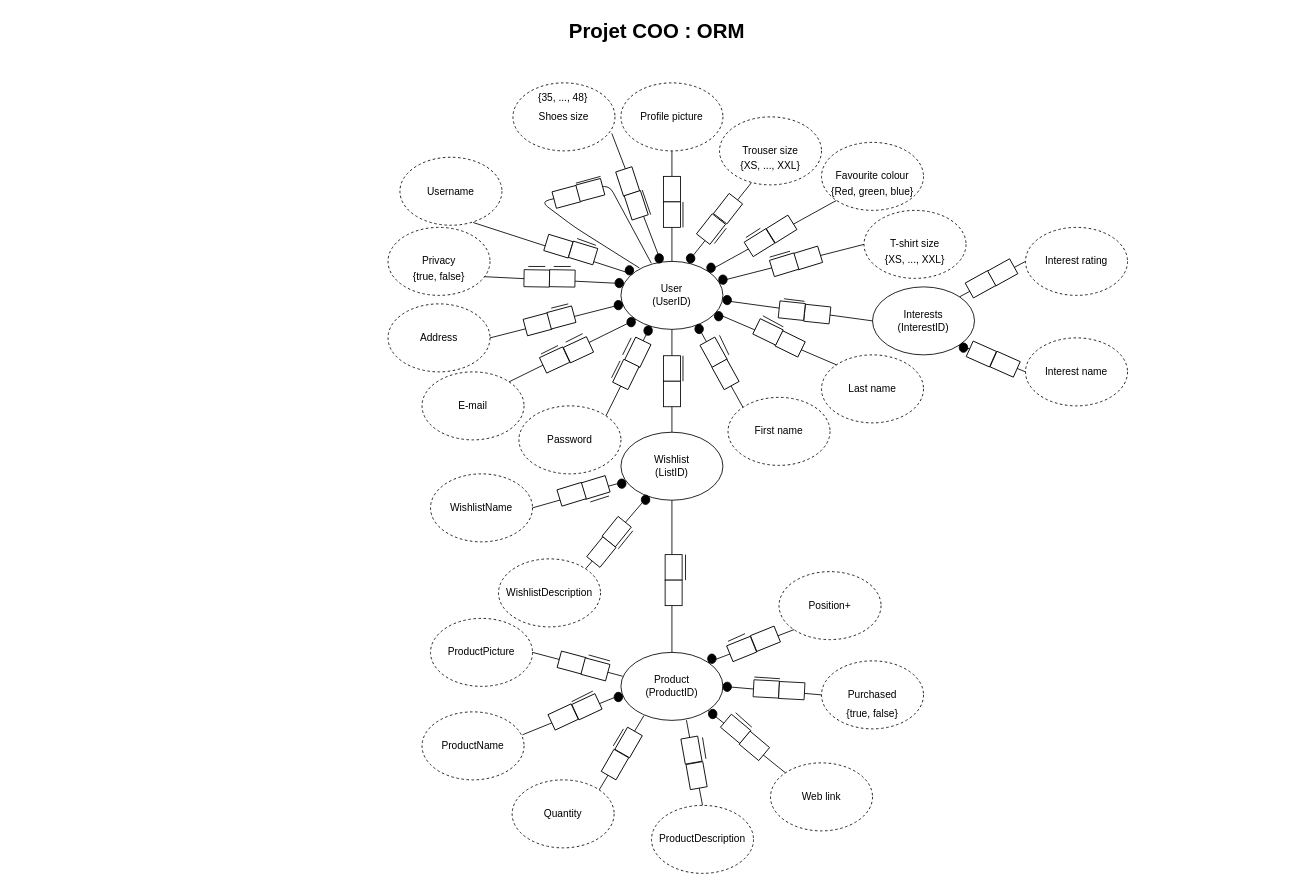
Before: Diagrammes/ORM.drawio in NNepper/LSINF1225-2020-GroupeL1.1-WishList, a draw.io diagram. Source tidied: cells renumbered, new cells numbered last; positions are measured from the earlier drawing's top-left corner, leaving out a move shared by most shapes. Both pictures are drawn from the tidied source at 85%, with x=0, y=0 at pixel (14, 14).
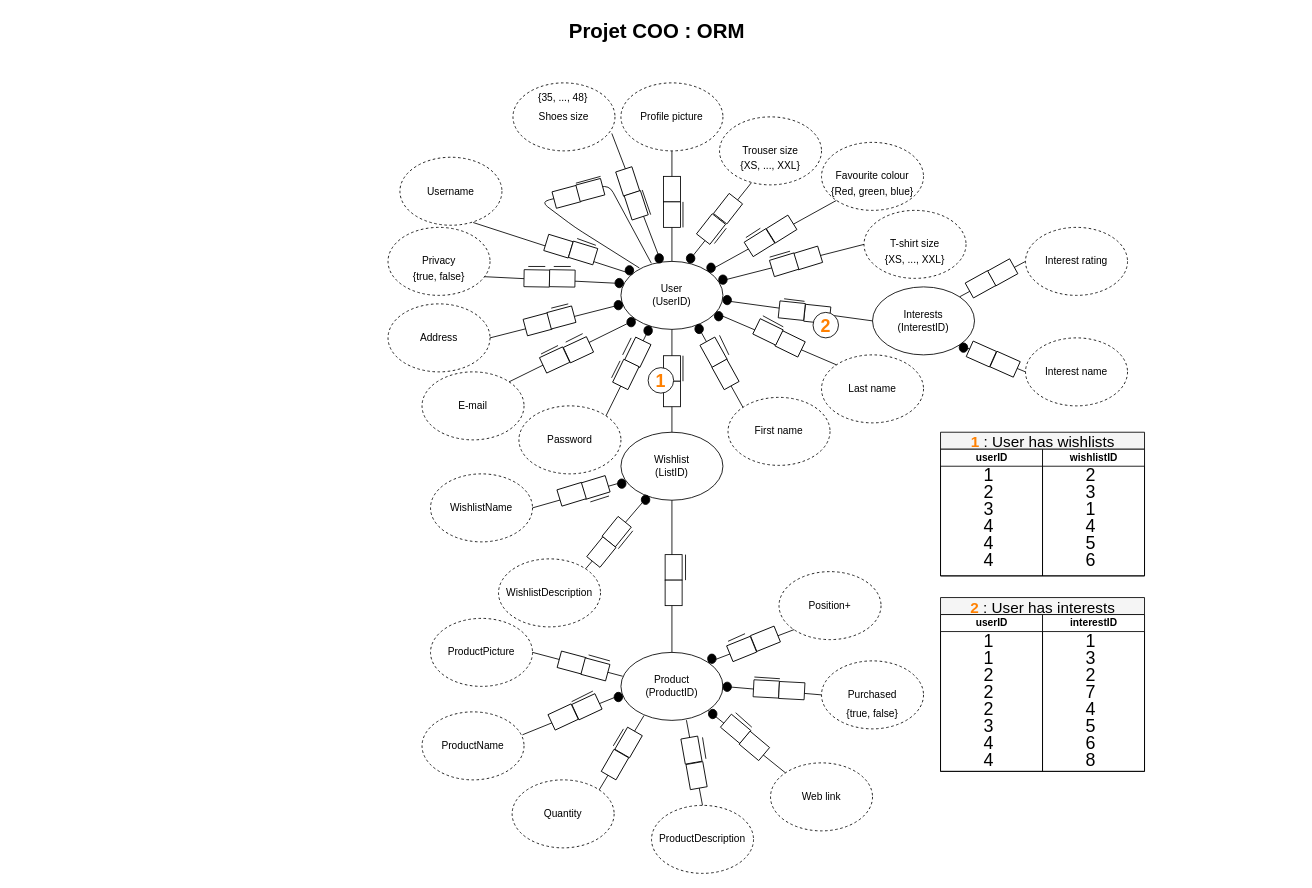
Above is the later version.

Commit message (it also covers changes not shown here):
Ajout des exemples de tables

The edit, as a diff of the source:
```diff
@@
     <mxCell id="61" style="group;rotation=-174;" parent="1" vertex="1">
-      <mxGeometry x="899" y="340" width="60" height="20" as="geometry" />
+      <mxGeometry x="899" y="340" width="70" height="40" as="geometry" />
     </mxCell>
@@
+    <mxCell id="194" value="&lt;b&gt;2&lt;/b&gt;" style="ellipse;whiteSpace=wrap;html=1;fontSize=21;fontColor=#FF8000;" parent="61" vertex="1">
+      <mxGeometry x="40" y="10" width="30" height="30" as="geometry" />
+    </mxCell>
@@
+    <mxCell id="195" value="&lt;b&gt;1&lt;/b&gt;" style="ellipse;whiteSpace=wrap;html=1;fontSize=21;fontColor=#FF8000;" parent="1" vertex="1">
+      <mxGeometry x="745" y="415" width="30" height="30" as="geometry" />
+    </mxCell>
+    <mxCell id="196" value="&lt;font style=&quot;font-size: 18px&quot;&gt;&lt;b&gt;&lt;font color=&quot;#ff8000&quot;&gt;1&lt;/font&gt;&lt;/b&gt; : User has wishlists&lt;/font&gt;" style="swimlane;html=1;startSize=20;fillColor=#F5F5F5;fontSize=21;fontColor=#000000;fontStyle=0;labelBackgroundColor=none;" parent="1" vertex="1">
+      <mxGeometry x="1089" y="491" width="240" height="169" as="geometry" />
+    </mxCell>
+    <mxCell id="197" value="userID" style="swimlane;html=1;startSize=20;" parent="196" vertex="1">
+      <mxGeometry y="20" width="120" height="149" as="geometry" />
+    </mxCell>
+    <mxCell id="198" value="1" style="text;html=1;strokeColor=none;fillColor=none;align=center;verticalAlign=middle;whiteSpace=wrap;rounded=0;fontSize=21;fontColor=#000000;" parent="197" vertex="1">
+      <mxGeometry x="37" y="20" width="40" height="20" as="geometry" />
+    </mxCell>
+    <mxCell id="199" value="wishlistID" style="swimlane;html=1;startSize=20;labelBackgroundColor=#ffffff;labelBorderColor=none;shadow=0;rounded=0;swimlaneLine=1;" parent="196" vertex="1">
+      <mxGeometry x="120" y="20" width="120" height="149" as="geometry" />
+    </mxCell>
+    <mxCell id="200" value="3" style="text;html=1;strokeColor=none;fillColor=none;align=center;verticalAlign=middle;whiteSpace=wrap;rounded=0;fontSize=21;fontColor=#000000;" parent="199" vertex="1">
+      <mxGeometry x="-83" y="60" width="40" height="20" as="geometry" />
+    </mxCell>
+    <mxCell id="201" value="4" style="text;html=1;strokeColor=none;fillColor=none;align=center;verticalAlign=middle;whiteSpace=wrap;rounded=0;fontSize=21;fontColor=#000000;" parent="199" vertex="1">
+      <mxGeometry x="-83" y="100" width="40" height="20" as="geometry" />
+    </mxCell>
+    <mxCell id="202" value="5" style="text;html=1;strokeColor=none;fillColor=none;align=center;verticalAlign=middle;whiteSpace=wrap;rounded=0;fontSize=21;fontColor=#000000;" parent="199" vertex="1">
+      <mxGeometry x="37" y="100" width="40" height="20" as="geometry" />
+    </mxCell>
+    <mxCell id="203" value="1" style="text;html=1;strokeColor=none;fillColor=none;align=center;verticalAlign=middle;whiteSpace=wrap;rounded=0;fontSize=21;fontColor=#000000;" parent="199" vertex="1">
+      <mxGeometry x="37" y="60" width="40" height="20" as="geometry" />
+    </mxCell>
+    <mxCell id="204" value="2" style="text;html=1;strokeColor=none;fillColor=none;align=center;verticalAlign=middle;whiteSpace=wrap;rounded=0;fontSize=21;fontColor=#000000;" parent="199" vertex="1">
+      <mxGeometry x="37" y="20" width="40" height="20" as="geometry" />
+    </mxCell>
+    <mxCell id="205" value="2" style="text;html=1;strokeColor=none;fillColor=none;align=center;verticalAlign=middle;whiteSpace=wrap;rounded=0;fontSize=21;fontColor=#000000;" parent="199" vertex="1">
+      <mxGeometry x="-83" y="40" width="40" height="20" as="geometry" />
+    </mxCell>
+    <mxCell id="206" value="3" style="text;html=1;strokeColor=none;fillColor=none;align=center;verticalAlign=middle;whiteSpace=wrap;rounded=0;fontSize=21;fontColor=#000000;" parent="199" vertex="1">
+      <mxGeometry x="37" y="40" width="40" height="20" as="geometry" />
+    </mxCell>
+    <mxCell id="207" value="4" style="text;html=1;strokeColor=none;fillColor=none;align=center;verticalAlign=middle;whiteSpace=wrap;rounded=0;fontSize=21;fontColor=#000000;" parent="199" vertex="1">
+      <mxGeometry x="-83" y="80" width="40" height="20" as="geometry" />
+    </mxCell>
+    <mxCell id="208" value="4" style="text;html=1;strokeColor=none;fillColor=none;align=center;verticalAlign=middle;whiteSpace=wrap;rounded=0;fontSize=21;fontColor=#000000;" parent="199" vertex="1">
+      <mxGeometry x="37" y="80" width="40" height="20" as="geometry" />
+    </mxCell>
+    <mxCell id="209" value="4" style="text;html=1;strokeColor=none;fillColor=none;align=center;verticalAlign=middle;whiteSpace=wrap;rounded=0;fontSize=21;fontColor=#000000;" parent="199" vertex="1">
+      <mxGeometry x="-83" y="120" width="40" height="20" as="geometry" />
+    </mxCell>
+    <mxCell id="210" value="6" style="text;html=1;strokeColor=none;fillColor=none;align=center;verticalAlign=middle;whiteSpace=wrap;rounded=0;fontSize=21;fontColor=#000000;" parent="199" vertex="1">
+      <mxGeometry x="37" y="120" width="40" height="20" as="geometry" />
+    </mxCell>
+    <mxCell id="211" value="&lt;font style=&quot;font-size: 18px&quot;&gt;&lt;font color=&quot;#ff8000&quot;&gt;&lt;b&gt;2&lt;/b&gt;&lt;/font&gt; : User has interests&lt;/font&gt;" style="swimlane;html=1;startSize=20;fillColor=#F5F5F5;fontSize=21;fontColor=#000000;fontStyle=0;labelBackgroundColor=none;" parent="1" vertex="1">
+      <mxGeometry x="1089" y="685.5" width="240" height="204.5" as="geometry" />
+    </mxCell>
+    <mxCell id="212" value="userID" style="swimlane;html=1;startSize=20;" parent="211" vertex="1">
+      <mxGeometry y="20" width="120" height="184.5" as="geometry" />
+    </mxCell>
+    <mxCell id="213" value="1" style="text;html=1;strokeColor=none;fillColor=none;align=center;verticalAlign=middle;whiteSpace=wrap;rounded=0;fontSize=21;fontColor=#000000;" parent="212" vertex="1">
+      <mxGeometry x="37" y="20" width="40" height="20" as="geometry" />
+    </mxCell>
+    <mxCell id="214" value="interestID" style="swimlane;html=1;startSize=20;labelBackgroundColor=#ffffff;labelBorderColor=none;shadow=0;rounded=0;swimlaneLine=1;" parent="211" vertex="1">
+      <mxGeometry x="120" y="20" width="120" height="184.5" as="geometry" />
+    </mxCell>
+    <mxCell id="215" value="1" style="text;html=1;strokeColor=none;fillColor=none;align=center;verticalAlign=middle;whiteSpace=wrap;rounded=0;fontSize=21;fontColor=#000000;" parent="214" vertex="1">
+      <mxGeometry x="-83" y="40" width="40" height="20" as="geometry" />
+    </mxCell>
+    <mxCell id="216" value="2" style="text;html=1;strokeColor=none;fillColor=none;align=center;verticalAlign=middle;whiteSpace=wrap;rounded=0;fontSize=21;fontColor=#000000;" parent="214" vertex="1">
+      <mxGeometry x="-83" y="60" width="40" height="20" as="geometry" />
+    </mxCell>
+    <mxCell id="217" value="2" style="text;html=1;strokeColor=none;fillColor=none;align=center;verticalAlign=middle;whiteSpace=wrap;rounded=0;fontSize=21;fontColor=#000000;" parent="214" vertex="1">
+      <mxGeometry x="37" y="60" width="40" height="20" as="geometry" />
+    </mxCell>
+    <mxCell id="218" value="3" style="text;html=1;strokeColor=none;fillColor=none;align=center;verticalAlign=middle;whiteSpace=wrap;rounded=0;fontSize=21;fontColor=#000000;" parent="214" vertex="1">
+      <mxGeometry x="37" y="40" width="40" height="20" as="geometry" />
+    </mxCell>
+    <mxCell id="219" value="1" style="text;html=1;strokeColor=none;fillColor=none;align=center;verticalAlign=middle;whiteSpace=wrap;rounded=0;fontSize=21;fontColor=#000000;" parent="214" vertex="1">
+      <mxGeometry x="37" y="20" width="40" height="20" as="geometry" />
+    </mxCell>
+    <mxCell id="220" value="2" style="text;html=1;strokeColor=none;fillColor=none;align=center;verticalAlign=middle;whiteSpace=wrap;rounded=0;fontSize=21;fontColor=#000000;" parent="214" vertex="1">
+      <mxGeometry x="-83" y="80" width="40" height="20" as="geometry" />
+    </mxCell>
+    <mxCell id="221" value="7" style="text;html=1;strokeColor=none;fillColor=none;align=center;verticalAlign=middle;whiteSpace=wrap;rounded=0;fontSize=21;fontColor=#000000;" parent="214" vertex="1">
+      <mxGeometry x="37" y="80" width="40" height="20" as="geometry" />
+    </mxCell>
+    <mxCell id="222" value="2" style="text;html=1;strokeColor=none;fillColor=none;align=center;verticalAlign=middle;whiteSpace=wrap;rounded=0;fontSize=21;fontColor=#000000;" parent="214" vertex="1">
+      <mxGeometry x="-83" y="100" width="40" height="20" as="geometry" />
+    </mxCell>
+    <mxCell id="223" value="4" style="text;html=1;strokeColor=none;fillColor=none;align=center;verticalAlign=middle;whiteSpace=wrap;rounded=0;fontSize=21;fontColor=#000000;" parent="214" vertex="1">
+      <mxGeometry x="37" y="100" width="40" height="20" as="geometry" />
+    </mxCell>
+    <mxCell id="224" value="3" style="text;html=1;strokeColor=none;fillColor=none;align=center;verticalAlign=middle;whiteSpace=wrap;rounded=0;fontSize=21;fontColor=#000000;" parent="214" vertex="1">
+      <mxGeometry x="-83" y="120" width="40" height="20" as="geometry" />
+    </mxCell>
+    <mxCell id="225" value="5" style="text;html=1;strokeColor=none;fillColor=none;align=center;verticalAlign=middle;whiteSpace=wrap;rounded=0;fontSize=21;fontColor=#000000;" parent="214" vertex="1">
+      <mxGeometry x="37" y="120" width="40" height="20" as="geometry" />
+    </mxCell>
+    <mxCell id="226" value="4" style="text;html=1;strokeColor=none;fillColor=none;align=center;verticalAlign=middle;whiteSpace=wrap;rounded=0;fontSize=21;fontColor=#000000;" parent="214" vertex="1">
+      <mxGeometry x="-83" y="140" width="40" height="20" as="geometry" />
+    </mxCell>
+    <mxCell id="227" value="6" style="text;html=1;strokeColor=none;fillColor=none;align=center;verticalAlign=middle;whiteSpace=wrap;rounded=0;fontSize=21;fontColor=#000000;" parent="214" vertex="1">
+      <mxGeometry x="37" y="140" width="40" height="20" as="geometry" />
+    </mxCell>
+    <mxCell id="228" value="4" style="text;html=1;strokeColor=none;fillColor=none;align=center;verticalAlign=middle;whiteSpace=wrap;rounded=0;fontSize=21;fontColor=#000000;" parent="214" vertex="1">
+      <mxGeometry x="-83" y="160" width="40" height="20" as="geometry" />
+    </mxCell>
+    <mxCell id="229" value="8" style="text;html=1;strokeColor=none;fillColor=none;align=center;verticalAlign=middle;whiteSpace=wrap;rounded=0;fontSize=21;fontColor=#000000;" parent="214" vertex="1">
+      <mxGeometry x="37" y="160" width="40" height="20" as="geometry" />
+    </mxCell>
```
